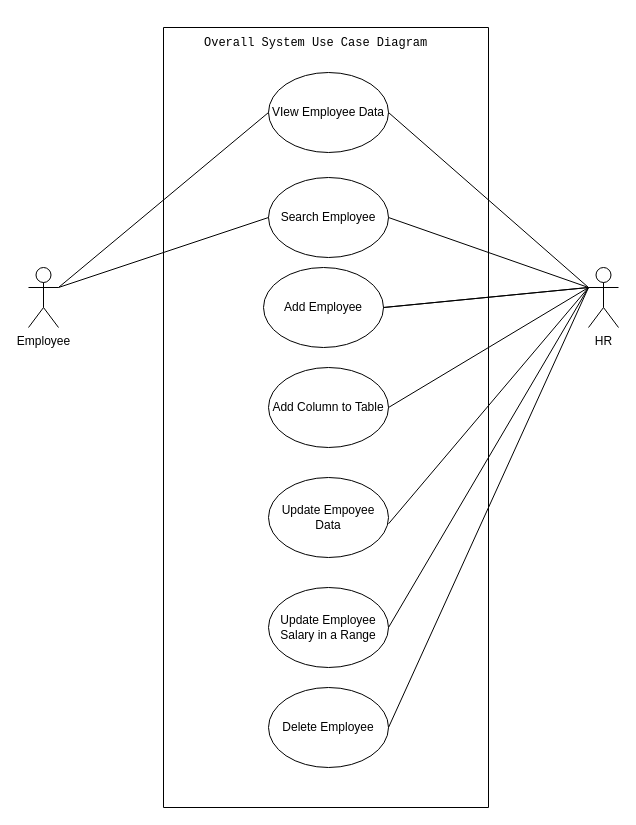
The draw.io diagram Diagram/UseCase.drawio in linnypham/CSC3350_project, before the edit. Source tidied: cells renumbered, new cells numbered last; positions are measured from the earlier drawing's top-left corner, leaving out a move shared by most shapes. Both pictures are drawn from the tidied source at 100%, with x=0, y=0 at pixel (28, 17).
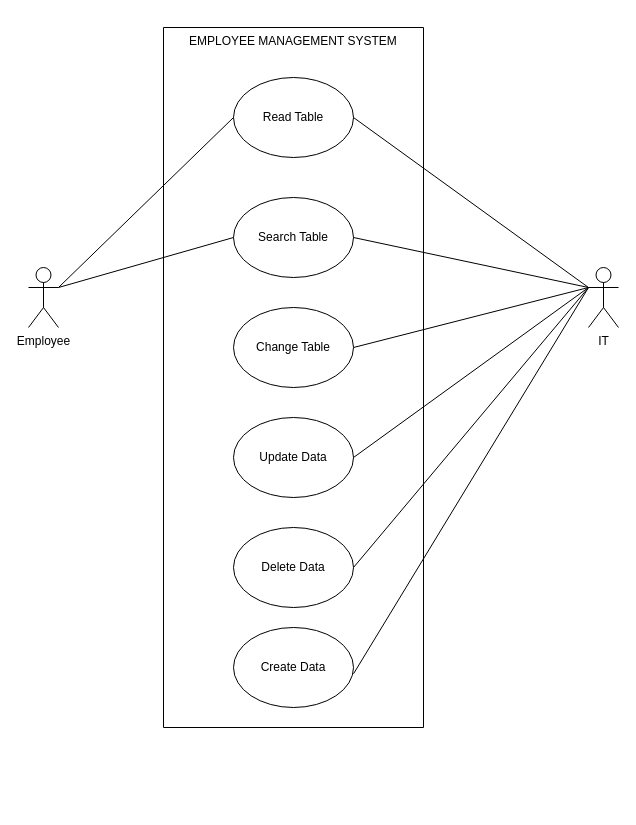
The same diagram, later.

Diff of the diagram source:
```diff
@@
     <mxCell id="3" style="swimlane;startSize=0;" parent="1" vertex="1">
-      <mxGeometry x="135" y="10" width="325" height="780" as="geometry" />
+      <mxGeometry x="135" y="10" width="260" height="700" as="geometry" />
     </mxCell>
-    <mxCell id="4" value="&lt;pre class=&quot;notranslate&quot;&gt;&lt;code&gt;Overall System Use Case Diagram&lt;/code&gt;&lt;/pre&gt;" style="text;strokeColor=none;fillColor=none;align=left;verticalAlign=top;spacingLeft=4;spacingRight=4;overflow=hidden;whiteSpace=wrap;html=1;" parent="3" vertex="1">
-      <mxGeometry x="35" y="-10" width="260" height="40" as="geometry" />
+    <mxCell id="4" value="EMPLOYEE MANAGEMENT SYSTEM" style="text;strokeColor=none;fillColor=none;align=left;verticalAlign=top;spacingLeft=4;spacingRight=4;overflow=hidden;whiteSpace=wrap;html=1;" parent="3" vertex="1">
+      <mxGeometry x="20" width="220" height="26" as="geometry" />
     </mxCell>
-    <mxCell id="5" value="VIew Employee Data" style="ellipse;whiteSpace=wrap;html=1;" parent="3" vertex="1">
-      <mxGeometry x="105" y="45" width="120" height="80" as="geometry" />
+    <mxCell id="5" value="Read Table" style="ellipse;whiteSpace=wrap;html=1;" parent="3" vertex="1">
+      <mxGeometry x="70" y="50" width="120" height="80" as="geometry" />
     </mxCell>
-    <mxCell id="6" value="Search Employee" style="ellipse;whiteSpace=wrap;html=1;" parent="3" vertex="1">
-      <mxGeometry x="105" y="150" width="120" height="80" as="geometry" />
+    <mxCell id="6" value="Search Table" style="ellipse;whiteSpace=wrap;html=1;" parent="3" vertex="1">
+      <mxGeometry x="70" y="170" width="120" height="80" as="geometry" />
     </mxCell>
-    <mxCell id="7" value="Add Employee" style="ellipse;whiteSpace=wrap;html=1;" parent="3" vertex="1">
-      <mxGeometry x="100" y="240" width="120" height="80" as="geometry" />
+    <mxCell id="7" value="Change Table" style="ellipse;whiteSpace=wrap;html=1;" parent="3" vertex="1">
+      <mxGeometry x="70" y="280" width="120" height="80" as="geometry" />
     </mxCell>
-    <mxCell id="8" value="Add Column to Table" style="ellipse;whiteSpace=wrap;html=1;" parent="3" vertex="1">
-      <mxGeometry x="105" y="340" width="120" height="80" as="geometry" />
+    <mxCell id="8" value="Update Data" style="ellipse;whiteSpace=wrap;html=1;" parent="3" vertex="1">
+      <mxGeometry x="70" y="390" width="120" height="80" as="geometry" />
     </mxCell>
-    <mxCell id="9" style="endArrow=none;html=1;rounded=0;entryX=1;entryY=0.5;entryDx=0;entryDy=0;endFill=0;" parent="3" edge="1" target="8">
-      <mxGeometry relative="1" as="geometry">
-        <mxPoint x="425" y="260" as="sourcePoint" />
-      </mxGeometry>
-    </mxCell>
-    <mxCell id="10" value="Update Empoyee Data" style="ellipse;whiteSpace=wrap;html=1;" parent="3" vertex="1">
-      <mxGeometry x="105" y="450" width="120" height="80" as="geometry" />
-    </mxCell>
-    <mxCell id="11" value="Update Employee Salary in a Range" style="ellipse;whiteSpace=wrap;html=1;" parent="3" vertex="1">
-      <mxGeometry x="105" y="560" width="120" height="80" as="geometry" />
+    <mxCell id="11" value="Delete Data" style="ellipse;whiteSpace=wrap;html=1;" parent="3" vertex="1">
+      <mxGeometry x="70" y="500" width="120" height="80" as="geometry" />
     </mxCell>
-    <mxCell id="12" value="Delete Employee" style="ellipse;whiteSpace=wrap;html=1;" parent="3" vertex="1">
-      <mxGeometry x="105" y="660" width="120" height="80" as="geometry" />
-    </mxCell>
@@
-    <mxCell id="15" value="HR" style="shape=umlActor;verticalLabelPosition=bottom;verticalAlign=top;html=1;outlineConnect=0;" parent="1" vertex="1">
+    <mxCell id="15" value="IT" style="shape=umlActor;verticalLabelPosition=bottom;verticalAlign=top;html=1;outlineConnect=0;" parent="1" vertex="1">
       <mxGeometry x="560" y="250" width="30" height="60" as="geometry" />
     </mxCell>
@@
+    <mxCell id="9" style="endArrow=none;html=1;rounded=0;entryX=1;entryY=0.5;entryDx=0;entryDy=0;endFill=0;" parent="1" edge="1" target="8">
+      <mxGeometry relative="1" as="geometry">
+        <mxPoint x="560" y="270" as="sourcePoint" />
+      </mxGeometry>
+    </mxCell>
@@
+    <mxCell id="10" value="Create Data" style="ellipse;whiteSpace=wrap;html=1;" parent="1" vertex="1">
+      <mxGeometry x="205" y="610" width="120" height="80" as="geometry" />
+    </mxCell>
@@
-    <mxCell id="21" style="endArrow=none;html=1;rounded=0;entryX=1;entryY=0.5;entryDx=0;entryDy=0;endFill=0;" parent="1" edge="1" target="7">
-      <mxGeometry relative="1" as="geometry">
-        <mxPoint x="560" y="270" as="sourcePoint" />
-      </mxGeometry>
-    </mxCell>
-    <mxCell id="22" style="endArrow=none;html=1;rounded=0;endFill=0;exitX=0;exitY=0.3333333333333333;exitDx=0;exitDy=0;exitPerimeter=0;entryX=1;entryY=0.5;entryDx=0;entryDy=0;" parent="1" edge="1" source="15" target="12">
-      <mxGeometry relative="1" as="geometry" />
-    </mxCell>
```
